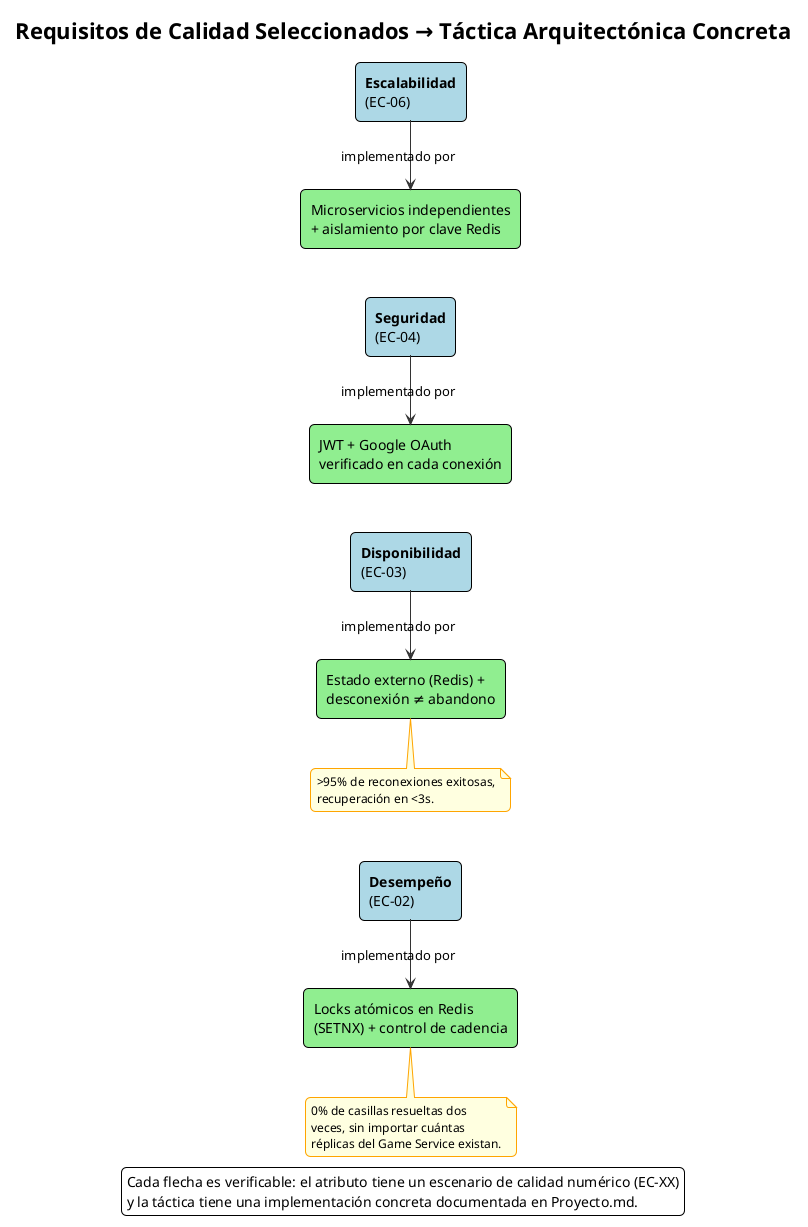
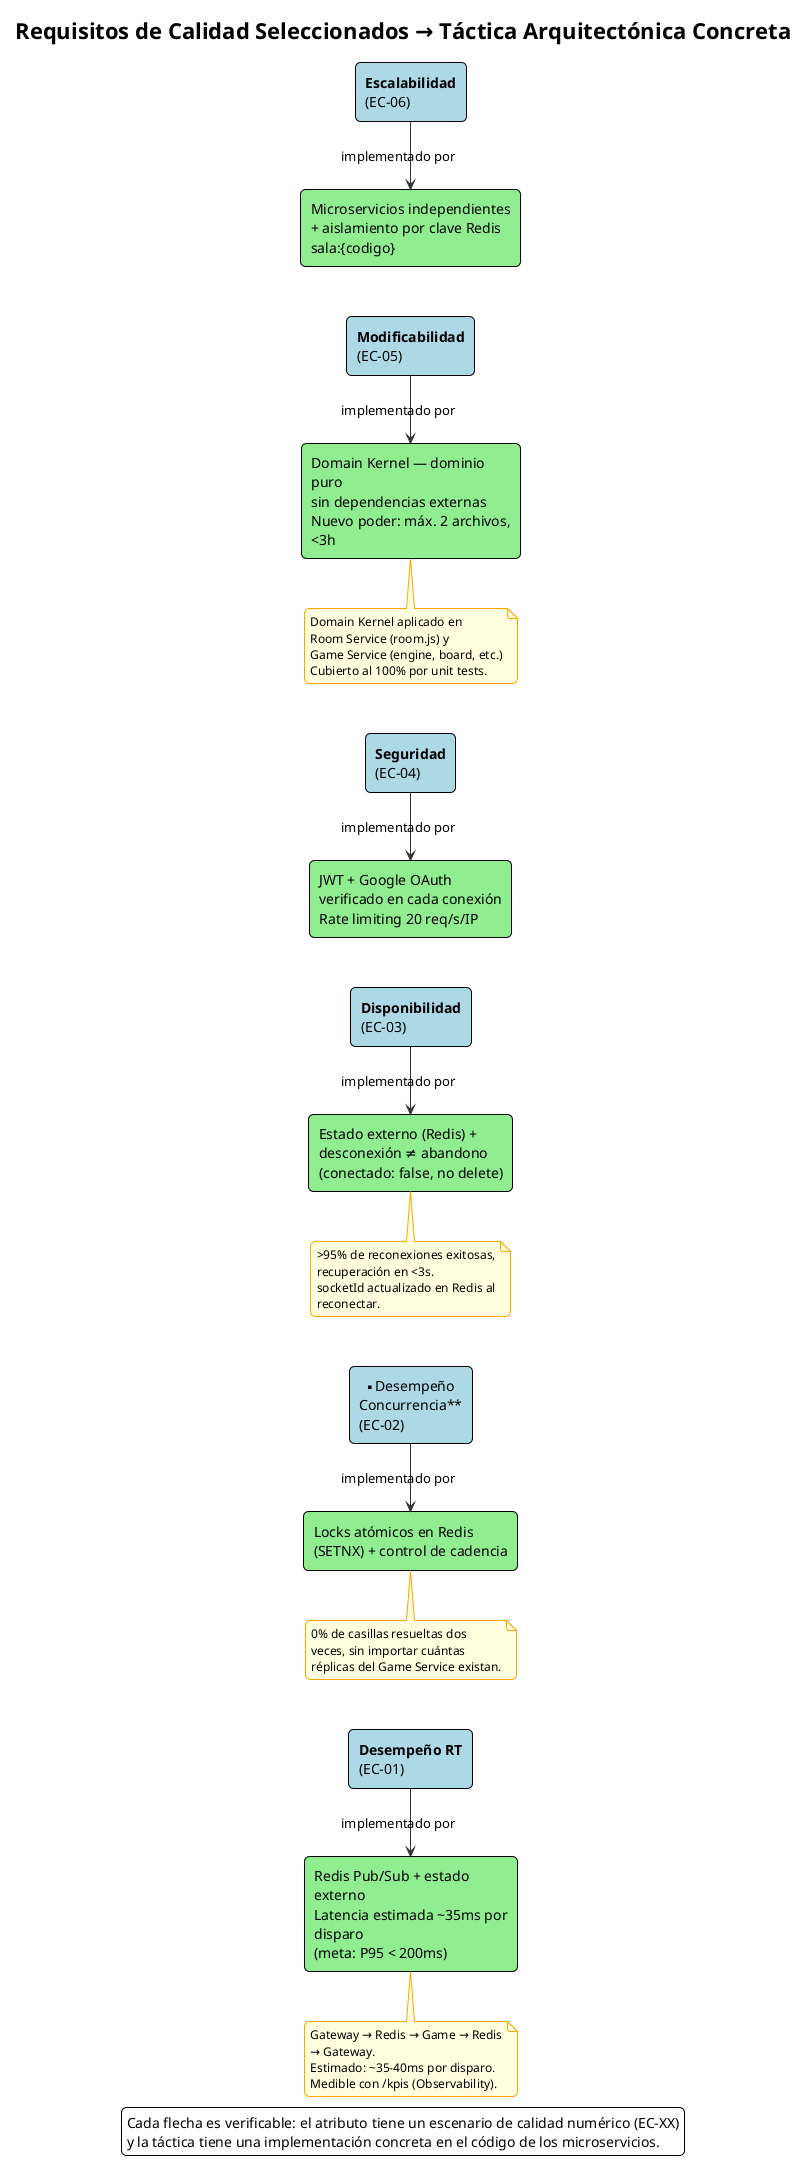
@startuml 03-tacticas-por-atributo-calidad

title Requisitos de Calidad Seleccionados → Táctica Arquitectónica Concreta

!theme plain
left to right direction
skinparam defaultFontName Consolas
skinparam wrapWidth 200
skinparam nodesep 50
skinparam ranksep 90
skinparam shadowing false
skinparam roundCorner 10
skinparam rectangle {
  BackgroundColor White
  BorderColor Black
  FontSize 14
}
skinparam note {
  BackgroundColor LightYellow
  BorderColor Orange
  FontSize 12
}
skinparam ArrowColor #333333

- rectangle "**Desempeño**\n(EC-02)" as Q1 #LightBlue
+ rectangle "**Desempeño RT**\n(EC-01)" as Q0 #LightBlue
+ rectangle "**Desempeño\nConcurrencia**\n(EC-02)" as Q1 #LightBlue
rectangle "**Disponibilidad**\n(EC-03)" as Q2 #LightBlue
rectangle "**Seguridad**\n(EC-04)" as Q3 #LightBlue
+ rectangle "**Modificabilidad**\n(EC-05)" as Q5 #LightBlue
rectangle "**Escalabilidad**\n(EC-06)" as Q4 #LightBlue

+ rectangle "Redis Pub/Sub + estado externo\nLatencia estimada ~35ms por disparo\n(meta: P95 < 200ms)" as T0 #LightGreen
rectangle "Locks atómicos en Redis\n(SETNX) + control de cadencia" as T1 #LightGreen
- rectangle "Estado externo (Redis) +\ndesconexión ≠ abandono" as T2 #LightGreen
- rectangle "JWT + Google OAuth\nverificado en cada conexión" as T3 #LightGreen
- rectangle "Microservicios independientes\n+ aislamiento por clave Redis" as T4 #LightGreen
+ rectangle "Estado externo (Redis) +\ndesconexión ≠ abandono\n(conectado: false, no delete)" as T2 #LightGreen
+ rectangle "JWT + Google OAuth\nverificado en cada conexión\nRate limiting 20 req/s/IP" as T3 #LightGreen
+ rectangle "Domain Kernel — dominio puro\nsin dependencias externas\nNuevo poder: máx. 2 archivos, <3h" as T5 #LightGreen
+ rectangle "Microservicios independientes\n+ aislamiento por clave Redis\nsala:{codigo}" as T4 #LightGreen

+ Q0 -right-> T0 : implementado por
Q1 -right-> T1 : implementado por
Q2 -right-> T2 : implementado por
Q3 -right-> T3 : implementado por
+ Q5 -right-> T5 : implementado por
Q4 -right-> T4 : implementado por
+ 
+ note bottom of T0
+   Gateway → Redis → Game → Redis → Gateway.
+   Estimado: ~35-40ms por disparo.
+   Medible con /kpis (Observability).
+ end note

note bottom of T1
  0% de casillas resueltas dos
  veces, sin importar cuántas
  réplicas del Game Service existan.
end note

note bottom of T2
  >95% de reconexiones exitosas,
  recuperación en <3s.
+   socketId actualizado en Redis al reconectar.
+ end note
+ 
+ note bottom of T5
+   Domain Kernel aplicado en
+   Room Service (room.js) y
+   Game Service (engine, board, etc.)
+   Cubierto al 100% por unit tests.
end note

legend bottom center
  Cada flecha es verificable: el atributo tiene un escenario de calidad numérico (EC-XX)
-   y la táctica tiene una implementación concreta documentada en Proyecto.md.
+   y la táctica tiene una implementación concreta en el código de los microservicios.
end legend

@enduml
